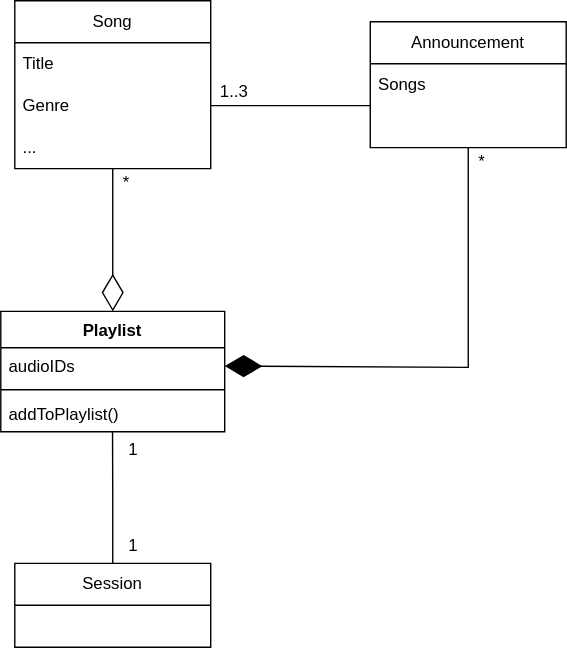
The draw.io diagram documentation/UML diagrams/analysis_object.svg in AET-DevOps25/team-in-the-midst-of-chaos-there-is-also-opportunity.-sun-tzu, before a commit. Source tidied: cells renumbered, new cells last; positions are measured from the earlier drawing's top-left corner, leaving out a move shared by most shapes.
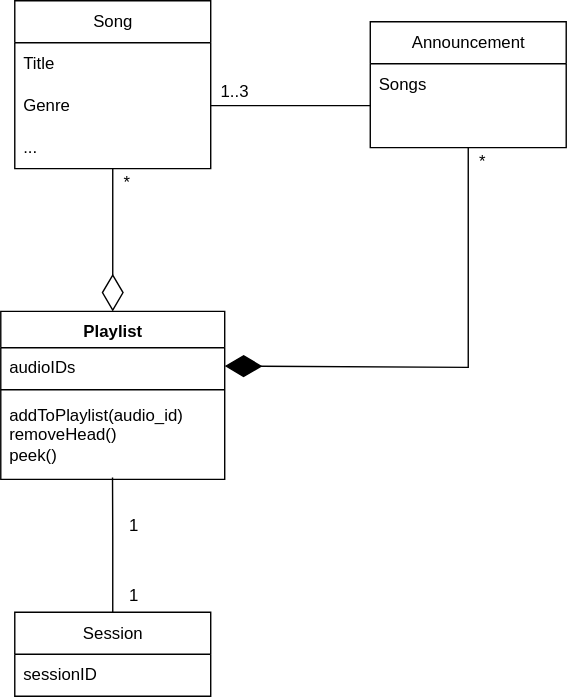
After the commit.

Change to the diagram source:
```diff
@@ -47,19 +47,24 @@
       <mxGeometry x="264" y="45" width="139" height="30" as="geometry" />
     </mxCell>
     <mxCell id="14" style="edgeStyle=orthogonalEdgeStyle;rounded=0;jettySize=auto;html=1;entryX=0.499;entryY=0.978;entryDx=0;entryDy=0;endArrow=none;startFill=0;entryPerimeter=0;" parent="1" edge="1" source="15" target="21">
-      <mxGeometry relative="1" as="geometry" />
+      <mxGeometry relative="1" as="geometry">
+        <Array as="points">
+          <mxPoint x="80" y="382" />
+          <mxPoint x="80" y="382" />
+        </Array>
+      </mxGeometry>
     </mxCell>
     <mxCell id="15" value="Session" style="swimlane;fontStyle=0;horizontal=1;startSize=30;whiteSpace=wrap;html=1;" parent="1" vertex="1">
-      <mxGeometry x="10" y="402" width="140" height="60" as="geometry" />
+      <mxGeometry x="10" y="437" width="140" height="60" as="geometry" />
     </mxCell>
     <mxCell id="16" value="1" style="text;html=1;align=center;verticalAlign=middle;whiteSpace=wrap;rounded=0;" parent="1" vertex="1">
-      <mxGeometry x="80" y="308" width="30" height="25" as="geometry" />
+      <mxGeometry x="80" y="362" width="30" height="25" as="geometry" />
     </mxCell>
     <mxCell id="17" value="1" style="text;html=1;align=center;verticalAlign=middle;whiteSpace=wrap;rounded=0;" parent="1" vertex="1">
-      <mxGeometry x="80" y="377" width="30" height="25" as="geometry" />
+      <mxGeometry x="80" y="412" width="30" height="25" as="geometry" />
     </mxCell>
     <mxCell id="18" value="Playlist" style="swimlane;fontStyle=1;align=center;verticalAlign=top;horizontal=1;startSize=26;whiteSpace=wrap;html=1;" parent="1" vertex="1">
-      <mxGeometry y="222" width="160" height="86" as="geometry" />
+      <mxGeometry y="222" width="160" height="120" as="geometry" />
     </mxCell>
     <mxCell id="19" value="audioIDs" style="text;strokeColor=none;fillColor=none;align=left;verticalAlign=top;spacingLeft=4;spacingRight=4;overflow=hidden;points=[[0,0.5],[1,0.5]];portConstraint=eastwest;whiteSpace=wrap;html=1;" parent="18" vertex="1">
       <mxGeometry y="26" width="160" height="26" as="geometry" />
@@ -67,8 +72,11 @@
     <mxCell id="20" style="line;strokeWidth=1;fillColor=none;align=left;verticalAlign=middle;spacingTop=-1;spacingLeft=3;spacingRight=3;labelPosition=right;strokeColor=inherit;" parent="18" vertex="1">
       <mxGeometry y="52" width="160" height="8" as="geometry" />
     </mxCell>
-    <mxCell id="21" value="addToPlaylist()" style="text;strokeColor=none;fillColor=none;align=left;verticalAlign=top;spacingLeft=4;spacingRight=4;overflow=hidden;points=[[0,0.5],[1,0.5]];portConstraint=eastwest;whiteSpace=wrap;html=1;" parent="18" vertex="1">
-      <mxGeometry y="60" width="160" height="26" as="geometry" />
+    <mxCell id="21" value="&lt;div&gt;addToPlaylist(audio_id)&lt;/div&gt;&lt;div&gt;removeHead()&lt;/div&gt;&lt;div&gt;peek()&lt;/div&gt;&lt;div&gt;&lt;br&gt;&lt;/div&gt;" style="text;strokeColor=none;fillColor=none;align=left;verticalAlign=top;spacingLeft=4;spacingRight=4;overflow=hidden;points=[[0,0.5],[1,0.5]];portConstraint=eastwest;whiteSpace=wrap;html=1;" parent="18" vertex="1">
+      <mxGeometry y="60" width="160" height="60" as="geometry" />
     </mxCell>
+    <mxCell id="22" value="sessionID" style="text;strokeColor=none;fillColor=none;align=left;verticalAlign=top;spacingLeft=4;spacingRight=4;overflow=hidden;whiteSpace=wrap;html=1;" parent="1" vertex="1">
+      <mxGeometry x="10" y="467" width="160" height="26" as="geometry" />
+    </mxCell>
   </root>
 </mxGraphModel>
```
